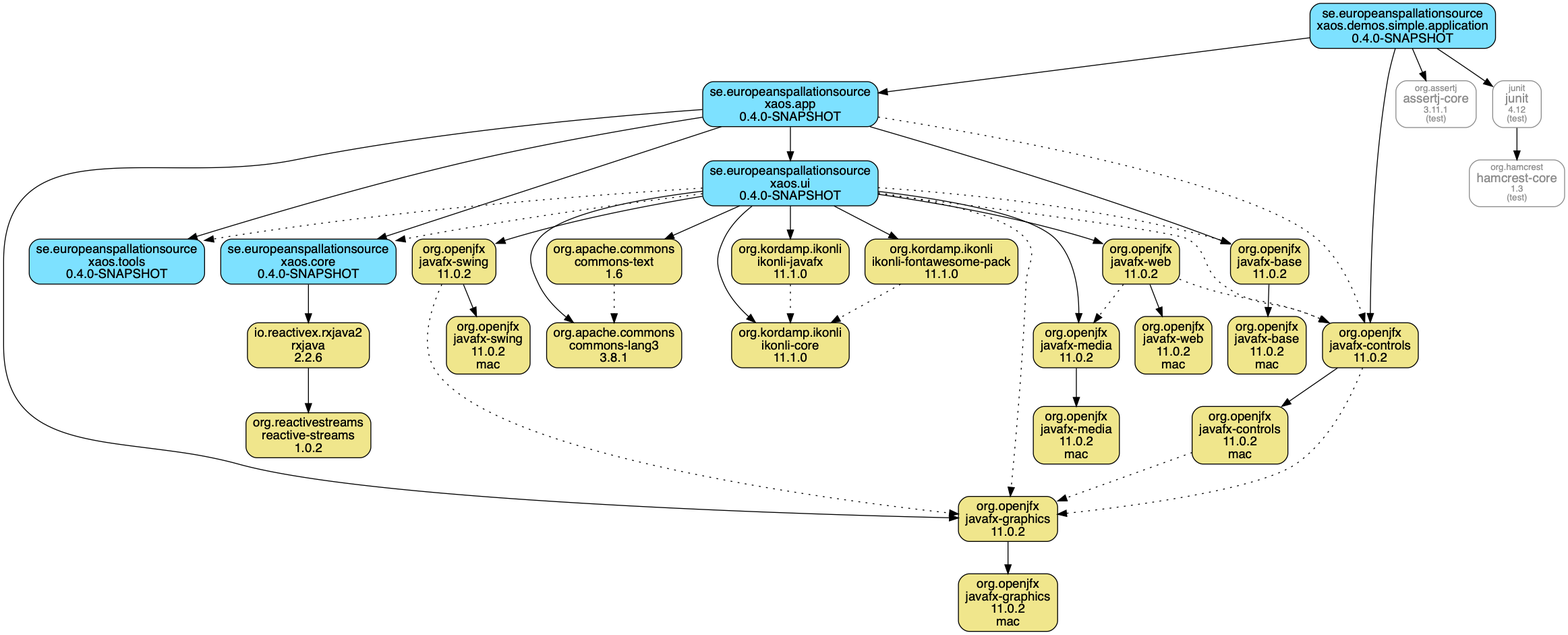
Earlier version of the Graphviz export xaos.demos.module/xaos.demos.simple.application.module/doc/maven-dependencies.png (ESSICS/XAOS). Its source is kept beside it as xaos.demos.module/xaos.demos.simple.application.module/doc/maven-dependencies.dot. Its diagram source:
```dot
digraph "xaos.demos.simple.application" {
  node [shape="box",style="rounded",fontname="Helvetica",fontsize="14"]
  edge [fontsize="10",fontname="Helvetica"]

  "org.openjfx:javafx-base:jar"[shape="box",style="rounded, filled",fillcolor="khaki",label=<org.openjfx<br/>javafx-base<br/>11.0.2>]
  "org.openjfx:javafx-base:jar:mac"[shape="box",style="rounded, filled",fillcolor="khaki",label=<org.openjfx<br/>javafx-base<br/>11.0.2<br/>mac>]
  "se.europeanspallationsource:xaos.app:jar"[shape="box",style="rounded, filled",fillcolor="#7DE1FF",label=<se.europeanspallationsource<br/>xaos.app<br/>0.4.0-SNAPSHOT>]
  "org.openjfx:javafx-controls:jar"[shape="box",style="rounded, filled",fillcolor="khaki",label=<org.openjfx<br/>javafx-controls<br/>11.0.2>]
  "org.openjfx:javafx-graphics:jar"[shape="box",style="rounded, filled",fillcolor="khaki",label=<org.openjfx<br/>javafx-graphics<br/>11.0.2>]
  "org.openjfx:javafx-graphics:jar:mac"[shape="box",style="rounded, filled",fillcolor="khaki",label=<org.openjfx<br/>javafx-graphics<br/>11.0.2<br/>mac>]
  "se.europeanspallationsource:xaos.tools:jar"[shape="box",style="rounded, filled",fillcolor="#7DE1FF",label=<se.europeanspallationsource<br/>xaos.tools<br/>0.4.0-SNAPSHOT>]
  "io.reactivex.rxjava2:rxjava:jar"[shape="box",style="rounded, filled",fillcolor="khaki",label=<io.reactivex.rxjava2<br/>rxjava<br/>2.2.6>]
  "org.reactivestreams:reactive-streams:jar"[shape="box",style="rounded, filled",fillcolor="khaki",label=<org.reactivestreams<br/>reactive-streams<br/>1.0.2>]
  "se.europeanspallationsource:xaos.core:jar"[shape="box",style="rounded, filled",fillcolor="#7DE1FF",label=<se.europeanspallationsource<br/>xaos.core<br/>0.4.0-SNAPSHOT>]
  "se.europeanspallationsource:xaos.ui:jar"[shape="box",style="rounded, filled",fillcolor="#7DE1FF",label=<se.europeanspallationsource<br/>xaos.ui<br/>0.4.0-SNAPSHOT>]
  "org.openjfx:javafx-media:jar"[shape="box",style="rounded, filled",fillcolor="khaki",label=<org.openjfx<br/>javafx-media<br/>11.0.2>]
  "org.openjfx:javafx-media:jar:mac"[shape="box",style="rounded, filled",fillcolor="khaki",label=<org.openjfx<br/>javafx-media<br/>11.0.2<br/>mac>]
  "org.openjfx:javafx-swing:jar"[shape="box",style="rounded, filled",fillcolor="khaki",label=<org.openjfx<br/>javafx-swing<br/>11.0.2>]
  "org.openjfx:javafx-swing:jar:mac"[shape="box",style="rounded, filled",fillcolor="khaki",label=<org.openjfx<br/>javafx-swing<br/>11.0.2<br/>mac>]
  "org.openjfx:javafx-web:jar"[shape="box",style="rounded, filled",fillcolor="khaki",label=<org.openjfx<br/>javafx-web<br/>11.0.2>]
  "org.openjfx:javafx-web:jar:mac"[shape="box",style="rounded, filled",fillcolor="khaki",label=<org.openjfx<br/>javafx-web<br/>11.0.2<br/>mac>]
  "org.apache.commons:commons-lang3:jar"[shape="box",style="rounded, filled",fillcolor="khaki",label=<org.apache.commons<br/>commons-lang3<br/>3.8.1>]
  "org.apache.commons:commons-text:jar"[shape="box",style="rounded, filled",fillcolor="khaki",label=<org.apache.commons<br/>commons-text<br/>1.6>]
  "org.kordamp.ikonli:ikonli-core:jar"[shape="box",style="rounded, filled",fillcolor="khaki",label=<org.kordamp.ikonli<br/>ikonli-core<br/>11.1.0>]
  "org.kordamp.ikonli:ikonli-javafx:jar"[shape="box",style="rounded, filled",fillcolor="khaki",label=<org.kordamp.ikonli<br/>ikonli-javafx<br/>11.1.0>]
  "org.kordamp.ikonli:ikonli-fontawesome-pack:jar"[shape="box",style="rounded, filled",fillcolor="khaki",label=<org.kordamp.ikonli<br/>ikonli-fontawesome-pack<br/>11.1.0>]
  "se.europeanspallationsource:xaos.demos.simple.application:jar"[shape="box",style="rounded, filled",fillcolor="#7DE1FF",label=<se.europeanspallationsource<br/>xaos.demos.simple.application<br/>0.4.0-SNAPSHOT>]
  "org.openjfx:javafx-controls:jar:mac"[shape="box",style="rounded, filled",fillcolor="khaki",label=<org.openjfx<br/>javafx-controls<br/>11.0.2<br/>mac>]
  "org.assertj:assertj-core:jar"[shape="box",style="rounded",color="grey55",fontname="Helvetica",fontsize="14",fontcolor="grey55",label=<<font color="grey55" point-size="10">org.assertj</font><br/>assertj-core<font color="grey55" point-size="10"><br/>3.11.1</font><font color="grey55" point-size="10"><br/>(test)</font>>]
  "junit:junit:jar"[shape="box",style="rounded",color="grey55",fontname="Helvetica",fontsize="14",fontcolor="grey55",label=<<font color="grey55" point-size="10">junit</font><br/>junit<font color="grey55" point-size="10"><br/>4.12</font><font color="grey55" point-size="10"><br/>(test)</font>>]
  "org.hamcrest:hamcrest-core:jar"[shape="box",style="rounded",color="grey55",fontname="Helvetica",fontsize="14",fontcolor="grey55",label=<<font color="grey55" point-size="10">org.hamcrest</font><br/>hamcrest-core<font color="grey55" point-size="10"><br/>1.3</font><font color="grey55" point-size="10"><br/>(test)</font>>]

  "org.openjfx:javafx-base:jar" -> "org.openjfx:javafx-base:jar:mac"
  "se.europeanspallationsource:xaos.app:jar" -> "org.openjfx:javafx-base:jar"
  "se.europeanspallationsource:xaos.app:jar" -> "org.openjfx:javafx-controls:jar"[style="dotted"]
  "org.openjfx:javafx-graphics:jar" -> "org.openjfx:javafx-graphics:jar:mac"
  "se.europeanspallationsource:xaos.app:jar" -> "org.openjfx:javafx-graphics:jar"
  "se.europeanspallationsource:xaos.app:jar" -> "se.europeanspallationsource:xaos.tools:jar"
  "io.reactivex.rxjava2:rxjava:jar" -> "org.reactivestreams:reactive-streams:jar"
  "se.europeanspallationsource:xaos.core:jar" -> "io.reactivex.rxjava2:rxjava:jar"
  "se.europeanspallationsource:xaos.app:jar" -> "se.europeanspallationsource:xaos.core:jar"
  "se.europeanspallationsource:xaos.ui:jar" -> "org.openjfx:javafx-base:jar"[style="dotted"]
  "se.europeanspallationsource:xaos.ui:jar" -> "org.openjfx:javafx-controls:jar"[style="dotted"]
  "se.europeanspallationsource:xaos.ui:jar" -> "org.openjfx:javafx-graphics:jar"[style="dotted"]
  "org.openjfx:javafx-media:jar" -> "org.openjfx:javafx-media:jar:mac"
  "se.europeanspallationsource:xaos.ui:jar" -> "org.openjfx:javafx-media:jar"
  "org.openjfx:javafx-swing:jar" -> "org.openjfx:javafx-swing:jar:mac"
  "org.openjfx:javafx-swing:jar" -> "org.openjfx:javafx-graphics:jar"[style="dotted"]
  "se.europeanspallationsource:xaos.ui:jar" -> "org.openjfx:javafx-swing:jar"
  "org.openjfx:javafx-web:jar" -> "org.openjfx:javafx-web:jar:mac"
  "org.openjfx:javafx-web:jar" -> "org.openjfx:javafx-controls:jar"[style="dotted"]
  "org.openjfx:javafx-web:jar" -> "org.openjfx:javafx-media:jar"[style="dotted"]
  "se.europeanspallationsource:xaos.ui:jar" -> "org.openjfx:javafx-web:jar"
  "se.europeanspallationsource:xaos.ui:jar" -> "org.apache.commons:commons-lang3:jar"
  "org.apache.commons:commons-text:jar" -> "org.apache.commons:commons-lang3:jar"[style="dotted"]
  "se.europeanspallationsource:xaos.ui:jar" -> "org.apache.commons:commons-text:jar"
  "se.europeanspallationsource:xaos.ui:jar" -> "org.kordamp.ikonli:ikonli-core:jar"
  "org.kordamp.ikonli:ikonli-javafx:jar" -> "org.kordamp.ikonli:ikonli-core:jar"[style="dotted"]
  "se.europeanspallationsource:xaos.ui:jar" -> "org.kordamp.ikonli:ikonli-javafx:jar"
  "org.kordamp.ikonli:ikonli-fontawesome-pack:jar" -> "org.kordamp.ikonli:ikonli-core:jar"[style="dotted"]
  "se.europeanspallationsource:xaos.ui:jar" -> "org.kordamp.ikonli:ikonli-fontawesome-pack:jar"
  "se.europeanspallationsource:xaos.ui:jar" -> "se.europeanspallationsource:xaos.tools:jar"[style="dotted"]
  "se.europeanspallationsource:xaos.ui:jar" -> "se.europeanspallationsource:xaos.core:jar"[style="dotted"]
  "se.europeanspallationsource:xaos.app:jar" -> "se.europeanspallationsource:xaos.ui:jar"
  "se.europeanspallationsource:xaos.demos.simple.application:jar" -> "se.europeanspallationsource:xaos.app:jar"
  "org.openjfx:javafx-controls:jar:mac" -> "org.openjfx:javafx-graphics:jar"[style="dotted"]
  "org.openjfx:javafx-controls:jar" -> "org.openjfx:javafx-controls:jar:mac"
  "org.openjfx:javafx-controls:jar" -> "org.openjfx:javafx-graphics:jar"[style="dotted"]
  "se.europeanspallationsource:xaos.demos.simple.application:jar" -> "org.openjfx:javafx-controls:jar"
  "se.europeanspallationsource:xaos.demos.simple.application:jar" -> "org.assertj:assertj-core:jar"
  "junit:junit:jar" -> "org.hamcrest:hamcrest-core:jar"
  "se.europeanspallationsource:xaos.demos.simple.application:jar" -> "junit:junit:jar"
}
```
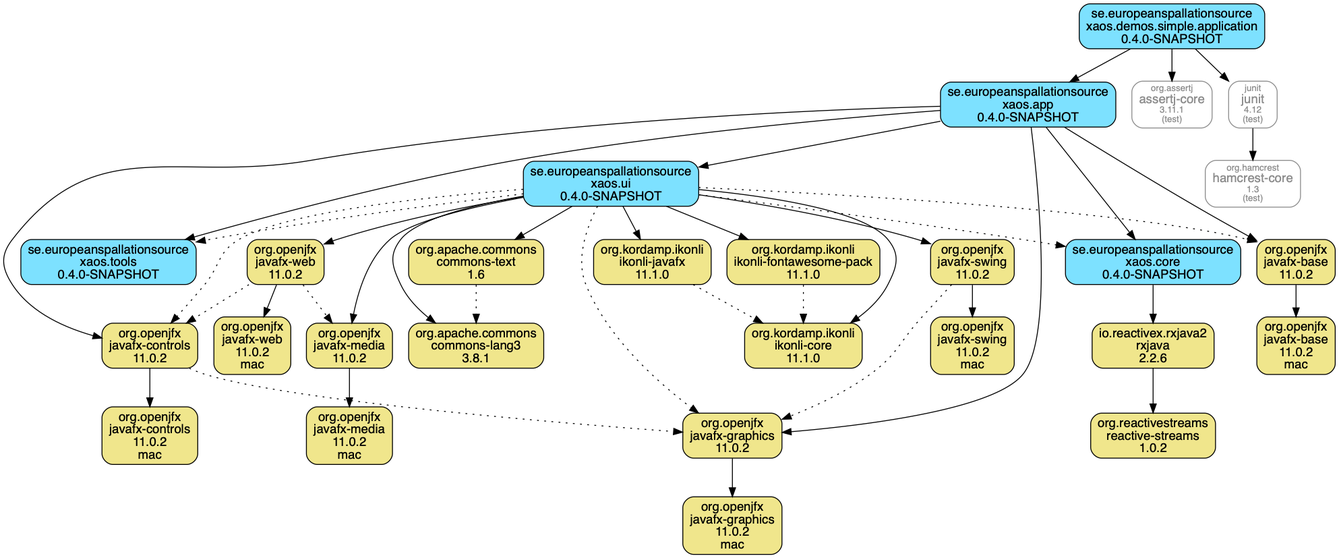
Above is the later version.

Change to the diagram source:
```diff
@@ -6,6 +6,7 @@
   "org.openjfx:javafx-base:jar:mac"[shape="box",style="rounded, filled",fillcolor="khaki",label=<org.openjfx<br/>javafx-base<br/>11.0.2<br/>mac>]
   "se.europeanspallationsource:xaos.app:jar"[shape="box",style="rounded, filled",fillcolor="#7DE1FF",label=<se.europeanspallationsource<br/>xaos.app<br/>0.4.0-SNAPSHOT>]
   "org.openjfx:javafx-controls:jar"[shape="box",style="rounded, filled",fillcolor="khaki",label=<org.openjfx<br/>javafx-controls<br/>11.0.2>]
+  "org.openjfx:javafx-controls:jar:mac"[shape="box",style="rounded, filled",fillcolor="khaki",label=<org.openjfx<br/>javafx-controls<br/>11.0.2<br/>mac>]
   "org.openjfx:javafx-graphics:jar"[shape="box",style="rounded, filled",fillcolor="khaki",label=<org.openjfx<br/>javafx-graphics<br/>11.0.2>]
   "org.openjfx:javafx-graphics:jar:mac"[shape="box",style="rounded, filled",fillcolor="khaki",label=<org.openjfx<br/>javafx-graphics<br/>11.0.2<br/>mac>]
   "se.europeanspallationsource:xaos.tools:jar"[shape="box",style="rounded, filled",fillcolor="#7DE1FF",label=<se.europeanspallationsource<br/>xaos.tools<br/>0.4.0-SNAPSHOT>]
@@ -25,14 +26,15 @@
   "org.kordamp.ikonli:ikonli-javafx:jar"[shape="box",style="rounded, filled",fillcolor="khaki",label=<org.kordamp.ikonli<br/>ikonli-javafx<br/>11.1.0>]
   "org.kordamp.ikonli:ikonli-fontawesome-pack:jar"[shape="box",style="rounded, filled",fillcolor="khaki",label=<org.kordamp.ikonli<br/>ikonli-fontawesome-pack<br/>11.1.0>]
   "se.europeanspallationsource:xaos.demos.simple.application:jar"[shape="box",style="rounded, filled",fillcolor="#7DE1FF",label=<se.europeanspallationsource<br/>xaos.demos.simple.application<br/>0.4.0-SNAPSHOT>]
-  "org.openjfx:javafx-controls:jar:mac"[shape="box",style="rounded, filled",fillcolor="khaki",label=<org.openjfx<br/>javafx-controls<br/>11.0.2<br/>mac>]
   "org.assertj:assertj-core:jar"[shape="box",style="rounded",color="grey55",fontname="Helvetica",fontsize="14",fontcolor="grey55",label=<<font color="grey55" point-size="10">org.assertj</font><br/>assertj-core<font color="grey55" point-size="10"><br/>3.11.1</font><font color="grey55" point-size="10"><br/>(test)</font>>]
   "junit:junit:jar"[shape="box",style="rounded",color="grey55",fontname="Helvetica",fontsize="14",fontcolor="grey55",label=<<font color="grey55" point-size="10">junit</font><br/>junit<font color="grey55" point-size="10"><br/>4.12</font><font color="grey55" point-size="10"><br/>(test)</font>>]
   "org.hamcrest:hamcrest-core:jar"[shape="box",style="rounded",color="grey55",fontname="Helvetica",fontsize="14",fontcolor="grey55",label=<<font color="grey55" point-size="10">org.hamcrest</font><br/>hamcrest-core<font color="grey55" point-size="10"><br/>1.3</font><font color="grey55" point-size="10"><br/>(test)</font>>]
 
   "org.openjfx:javafx-base:jar" -> "org.openjfx:javafx-base:jar:mac"
   "se.europeanspallationsource:xaos.app:jar" -> "org.openjfx:javafx-base:jar"
-  "se.europeanspallationsource:xaos.app:jar" -> "org.openjfx:javafx-controls:jar"[style="dotted"]
+  "org.openjfx:javafx-controls:jar" -> "org.openjfx:javafx-controls:jar:mac"
+  "org.openjfx:javafx-controls:jar" -> "org.openjfx:javafx-graphics:jar"[style="dotted"]
+  "se.europeanspallationsource:xaos.app:jar" -> "org.openjfx:javafx-controls:jar"
   "org.openjfx:javafx-graphics:jar" -> "org.openjfx:javafx-graphics:jar:mac"
   "se.europeanspallationsource:xaos.app:jar" -> "org.openjfx:javafx-graphics:jar"
   "se.europeanspallationsource:xaos.app:jar" -> "se.europeanspallationsource:xaos.tools:jar"
@@ -63,10 +65,6 @@
   "se.europeanspallationsource:xaos.ui:jar" -> "se.europeanspallationsource:xaos.core:jar"[style="dotted"]
   "se.europeanspallationsource:xaos.app:jar" -> "se.europeanspallationsource:xaos.ui:jar"
   "se.europeanspallationsource:xaos.demos.simple.application:jar" -> "se.europeanspallationsource:xaos.app:jar"
-  "org.openjfx:javafx-controls:jar:mac" -> "org.openjfx:javafx-graphics:jar"[style="dotted"]
-  "org.openjfx:javafx-controls:jar" -> "org.openjfx:javafx-controls:jar:mac"
-  "org.openjfx:javafx-controls:jar" -> "org.openjfx:javafx-graphics:jar"[style="dotted"]
-  "se.europeanspallationsource:xaos.demos.simple.application:jar" -> "org.openjfx:javafx-controls:jar"
   "se.europeanspallationsource:xaos.demos.simple.application:jar" -> "org.assertj:assertj-core:jar"
   "junit:junit:jar" -> "org.hamcrest:hamcrest-core:jar"
   "se.europeanspallationsource:xaos.demos.simple.application:jar" -> "junit:junit:jar"
```
